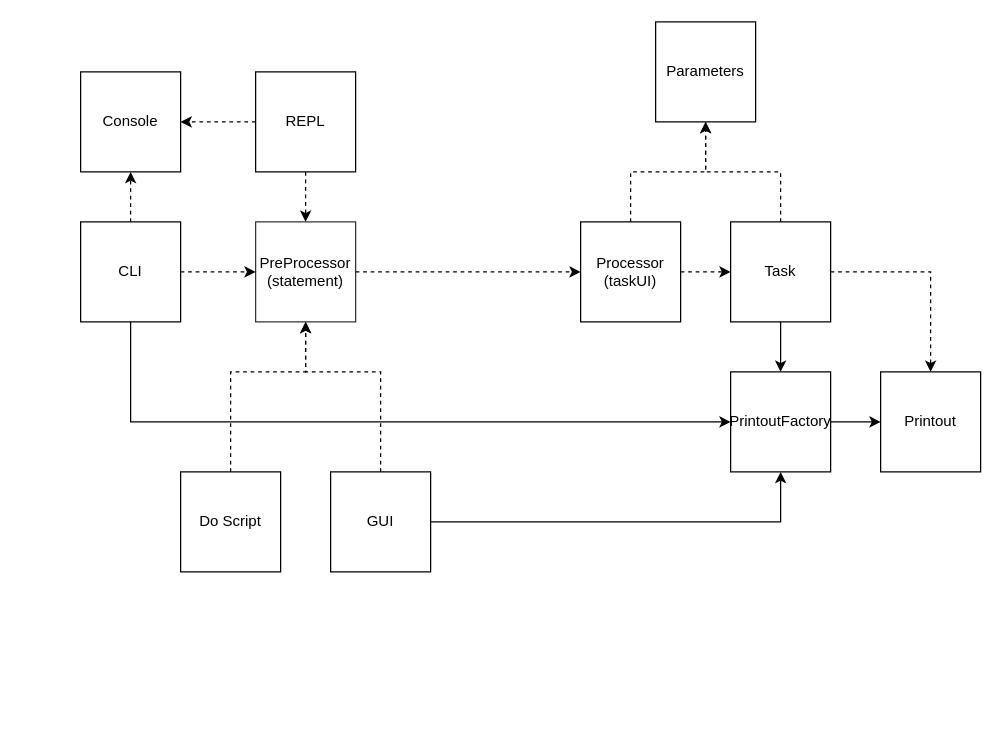
This is page "Page-7" (7 of 9) of doc/model/diagrams.drawio from js-lib-com/do, a draw.io file, before an edit. Source tidied: cells renumbered, new cells numbered last; positions are measured from the earlier drawing's top-left corner, leaving out a move shared by most shapes. Both pictures are drawn from the tidied source at 125%, with x=0, y=0 at pixel (80, 21).
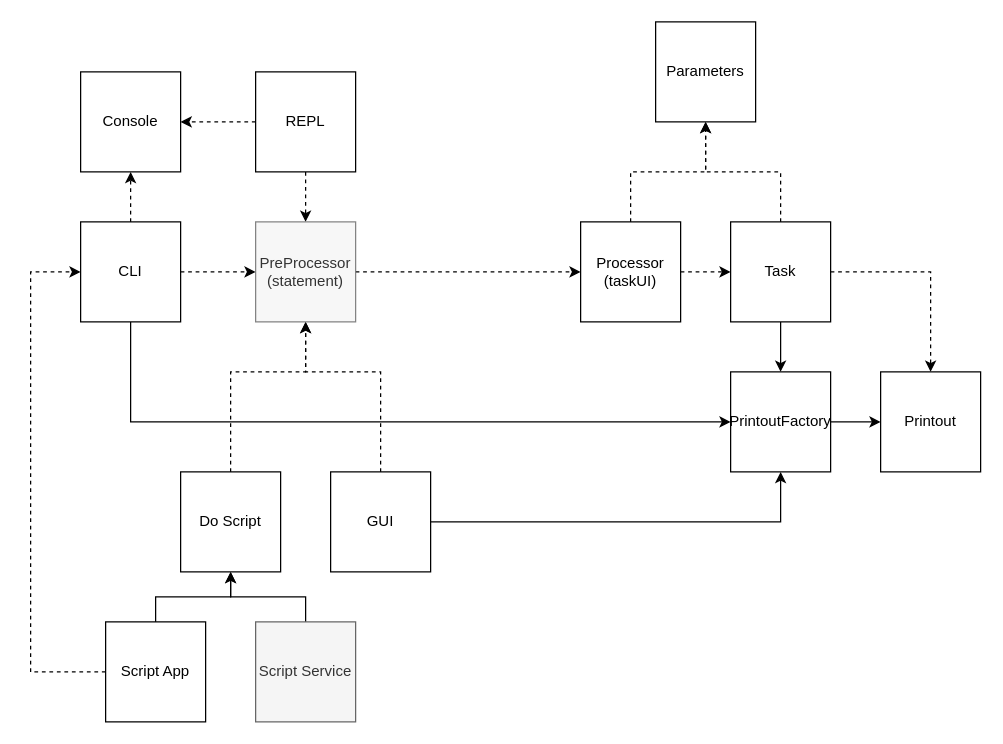
After the change.

Commit message (it also covers changes not shown here):
Integrate basic script interpreter on CLI module.

Unchanged cells that the change refers to:
```xml
<mxCell id="9" value="CLI" style="whiteSpace=wrap;html=1;" parent="1" vertex="1">
  <mxGeometry y="160" width="80" height="80" as="geometry" />
</mxCell>
<mxCell id="27" value="Do Script" style="whiteSpace=wrap;html=1;" parent="1" vertex="1">
  <mxGeometry x="80" y="360" width="80" height="80" as="geometry" />
</mxCell>
```

Diff of the diagram source:
```diff
@@
-    <mxCell id="26" value="PreProcessor&lt;br&gt;(statement)" style="whiteSpace=wrap;html=1;opacity=80;" parent="1" vertex="1">
+    <mxCell id="26" value="PreProcessor&lt;br&gt;(statement)" style="whiteSpace=wrap;html=1;opacity=80;fillColor=#f5f5f5;strokeColor=#666666;fontColor=#333333;" parent="1" vertex="1">
       <mxGeometry x="140" y="160" width="80" height="80" as="geometry" />
     </mxCell>
@@
+    <mxCell id="28" style="edgeStyle=orthogonalEdgeStyle;rounded=0;jettySize=auto;html=1;" parent="1" edge="1" source="30" target="27">
+      <mxGeometry relative="1" as="geometry" />
+    </mxCell>
+    <mxCell id="29" style="edgeStyle=orthogonalEdgeStyle;rounded=0;jettySize=auto;html=1;entryX=0;entryY=0.5;entryDx=0;entryDy=0;exitX=0;exitY=0.5;exitDx=0;exitDy=0;dashed=1;" parent="1" edge="1" source="30" target="9">
+      <mxGeometry relative="1" as="geometry">
+        <Array as="points">
+          <mxPoint x="-40" y="520" />
+          <mxPoint x="-40" y="200" />
+        </Array>
+      </mxGeometry>
+    </mxCell>
+    <mxCell id="30" value="Script App" style="whiteSpace=wrap;html=1;" parent="1" vertex="1">
+      <mxGeometry x="20" y="480" width="80" height="80" as="geometry" />
+    </mxCell>
+    <mxCell id="31" style="edgeStyle=orthogonalEdgeStyle;rounded=0;jettySize=auto;html=1;" parent="1" edge="1" source="32" target="27">
+      <mxGeometry relative="1" as="geometry" />
+    </mxCell>
+    <mxCell id="32" value="Script Service" style="whiteSpace=wrap;html=1;fillColor=#f5f5f5;strokeColor=#666666;fontColor=#333333;" parent="1" vertex="1">
+      <mxGeometry x="140" y="480" width="80" height="80" as="geometry" />
+    </mxCell>
```
